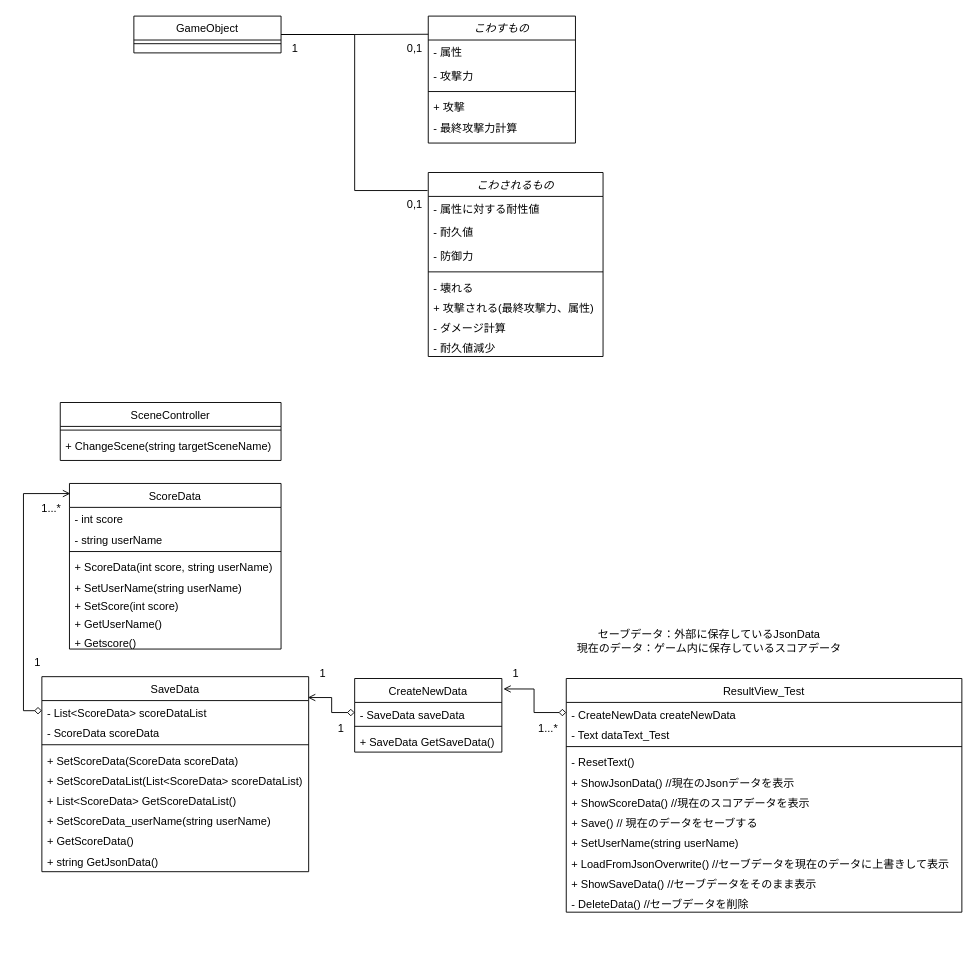
sobabouro/heyakowashi-game keeps this draw.io diagram as ClassDiagram/aramakifes2024.drawio. Above is the earlier version. Source tidied: cells renumbered, new cells numbered last; positions are measured from the earlier drawing's top-left corner, leaving out a move shared by most shapes. Both pictures are drawn from the tidied source at 92%, with x=0, y=0 at pixel (23, 16).
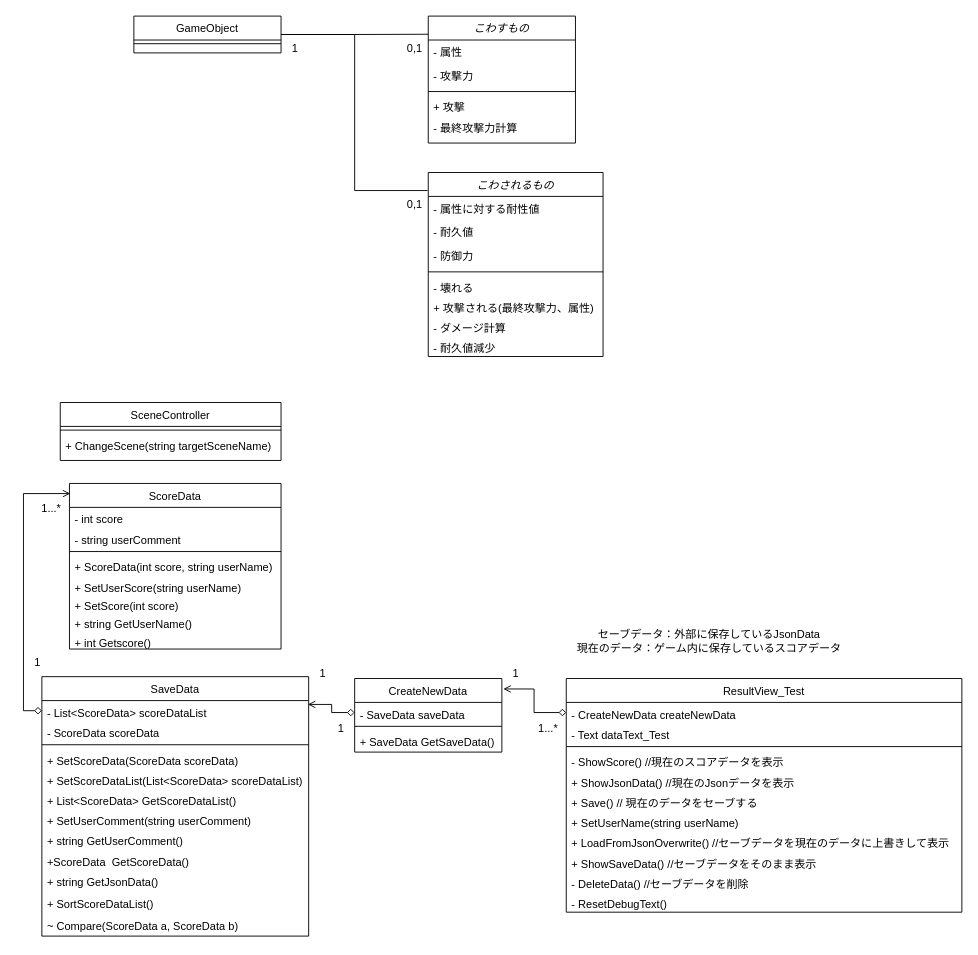
Above is the later version.

Unchanged cells that the change refers to:
```xml
<mxCell id="42" value="ScoreData" style="swimlane;fontStyle=0;align=center;verticalAlign=top;horizontal=1;startSize=26;rounded=0;shadow=0;strokeWidth=1;" parent="1" vertex="1">
  <mxGeometry x="50" y="508" width="230" height="180" as="geometry" />
</mxCell>
<mxCell id="52" value="ResultView_Test" style="swimlane;fontStyle=0;align=center;verticalAlign=top;horizontal=1;startSize=26;rounded=0;shadow=0;strokeWidth=1;" parent="1" vertex="1">
  <mxGeometry x="590" y="720" width="430" height="254" as="geometry" />
</mxCell>
```

The edit, as a diff of the source:
```diff
@@
     <mxCell id="20" value="SaveData" style="swimlane;fontStyle=0;align=center;verticalAlign=top;horizontal=1;startSize=26;rounded=0;shadow=0;strokeWidth=1;" parent="1" vertex="1">
-      <mxGeometry x="20" y="718" width="290" height="212" as="geometry" />
+      <mxGeometry x="20" y="718" width="290" height="282" as="geometry" />
     </mxCell>
@@
+    <mxCell id="72" value="+ SetUserComment(string userComment)" style="text;align=left;verticalAlign=top;spacingLeft=4;spacingRight=4;overflow=hidden;" parent="20" vertex="1">
+      <mxGeometry y="144" width="290" height="22" as="geometry" />
+    </mxCell>
-    <mxCell id="27" value="+ SetScoreData_userName(string userName)" style="text;align=left;verticalAlign=top;spacingLeft=4;spacingRight=4;overflow=hidden;" parent="20" vertex="1">
-      <mxGeometry y="144" width="290" height="22" as="geometry" />
+    <mxCell id="27" value="+ string GetUserComment()" style="text;align=left;verticalAlign=top;spacingLeft=4;spacingRight=4;overflow=hidden;" parent="20" vertex="1">
+      <mxGeometry y="166" width="290" height="22" as="geometry" />
     </mxCell>
-    <mxCell id="28" value="+ GetScoreData()" style="text;align=left;verticalAlign=top;spacingLeft=4;spacingRight=4;overflow=hidden;" parent="20" vertex="1">
-      <mxGeometry y="166" width="290" height="22" as="geometry" />
+    <mxCell id="28" value="+ScoreData  GetScoreData()" style="text;align=left;verticalAlign=top;spacingLeft=4;spacingRight=4;overflow=hidden;" parent="20" vertex="1">
+      <mxGeometry y="188" width="290" height="22" as="geometry" />
     </mxCell>
     <mxCell id="29" value="+ string GetJsonData()" style="text;align=left;verticalAlign=top;spacingLeft=4;spacingRight=4;overflow=hidden;" parent="20" vertex="1">
-      <mxGeometry y="188" width="290" height="24" as="geometry" />
+      <mxGeometry y="210" width="290" height="24" as="geometry" />
     </mxCell>
+    <mxCell id="73" value="+ SortScoreDataList()" style="text;align=left;verticalAlign=top;spacingLeft=4;spacingRight=4;overflow=hidden;" parent="20" vertex="1">
+      <mxGeometry y="234" width="290" height="24" as="geometry" />
+    </mxCell>
+    <mxCell id="74" value="~ Compare(ScoreData a, ScoreData b)" style="text;align=left;verticalAlign=top;spacingLeft=4;spacingRight=4;overflow=hidden;" parent="20" vertex="1">
+      <mxGeometry y="258" width="290" height="24" as="geometry" />
+    </mxCell>
@@
-    <mxCell id="44" value="- string userName" style="text;align=left;verticalAlign=top;spacingLeft=4;spacingRight=4;overflow=hidden;" parent="42" vertex="1">
+    <mxCell id="44" value="- string userComment" style="text;align=left;verticalAlign=top;spacingLeft=4;spacingRight=4;overflow=hidden;" parent="42" vertex="1">
       <mxGeometry y="48" width="230" height="22" as="geometry" />
     </mxCell>
@@
-    <mxCell id="47" value="+ SetUserName(string userName)" style="text;align=left;verticalAlign=top;spacingLeft=4;spacingRight=4;overflow=hidden;" parent="42" vertex="1">
+    <mxCell id="47" value="+ SetUserScore(string userName)" style="text;align=left;verticalAlign=top;spacingLeft=4;spacingRight=4;overflow=hidden;" parent="42" vertex="1">
       <mxGeometry y="100" width="230" height="20" as="geometry" />
     </mxCell>
@@
-    <mxCell id="49" value="+ GetUserName()" style="text;align=left;verticalAlign=top;spacingLeft=4;spacingRight=4;overflow=hidden;" parent="42" vertex="1">
+    <mxCell id="49" value="+ string GetUserName()" style="text;align=left;verticalAlign=top;spacingLeft=4;spacingRight=4;overflow=hidden;" parent="42" vertex="1">
       <mxGeometry y="140" width="230" height="20" as="geometry" />
     </mxCell>
-    <mxCell id="50" value="+ Getscore()" style="text;align=left;verticalAlign=top;spacingLeft=4;spacingRight=4;overflow=hidden;" parent="42" vertex="1">
+    <mxCell id="50" value="+ int Getscore()" style="text;align=left;verticalAlign=top;spacingLeft=4;spacingRight=4;overflow=hidden;" parent="42" vertex="1">
       <mxGeometry y="160" width="230" height="20" as="geometry" />
     </mxCell>
@@
-    <mxCell id="56" value="- ResetText()" style="text;align=left;verticalAlign=top;spacingLeft=4;spacingRight=4;overflow=hidden;" parent="52" vertex="1">
-      <mxGeometry y="78" width="430" height="22" as="geometry" />
-    </mxCell>
+    <mxCell id="58" value="- ShowScore() //現在のスコアデータを表示" style="text;align=left;verticalAlign=top;spacingLeft=4;spacingRight=4;overflow=hidden;" parent="52" vertex="1">
+      <mxGeometry y="78" width="430" height="22" as="geometry" />
+    </mxCell>
@@
-    <mxCell id="58" value="+ ShowScoreData() //現在のスコアデータを表示" style="text;align=left;verticalAlign=top;spacingLeft=4;spacingRight=4;overflow=hidden;" parent="52" vertex="1">
-      <mxGeometry y="122" width="430" height="22" as="geometry" />
-    </mxCell>
     <mxCell id="59" value="+ Save() // 現在のデータをセーブする" style="text;align=left;verticalAlign=top;spacingLeft=4;spacingRight=4;overflow=hidden;" parent="52" vertex="1">
-      <mxGeometry y="144" width="430" height="22" as="geometry" />
+      <mxGeometry y="122" width="430" height="22" as="geometry" />
     </mxCell>
     <mxCell id="60" value="+ SetUserName(string userName)" style="text;align=left;verticalAlign=top;spacingLeft=4;spacingRight=4;overflow=hidden;" parent="52" vertex="1">
-      <mxGeometry y="166" width="430" height="22" as="geometry" />
+      <mxGeometry y="144" width="430" height="22" as="geometry" />
     </mxCell>
     <mxCell id="61" value="+ LoadFromJsonOverwrite() //セーブデータを現在のデータに上書きして表示" style="text;align=left;verticalAlign=top;spacingLeft=4;spacingRight=4;overflow=hidden;" parent="52" vertex="1">
-      <mxGeometry y="188" width="430" height="22" as="geometry" />
+      <mxGeometry y="166" width="430" height="22" as="geometry" />
     </mxCell>
     <mxCell id="62" value="+ ShowSaveData() //セーブデータをそのまま表示" style="text;align=left;verticalAlign=top;spacingLeft=4;spacingRight=4;overflow=hidden;" parent="52" vertex="1">
-      <mxGeometry y="210" width="430" height="22" as="geometry" />
+      <mxGeometry y="188" width="430" height="22" as="geometry" />
     </mxCell>
     <mxCell id="63" value="- DeleteData() //セーブデータを削除" style="text;align=left;verticalAlign=top;spacingLeft=4;spacingRight=4;overflow=hidden;" parent="52" vertex="1">
-      <mxGeometry y="232" width="430" height="22" as="geometry" />
+      <mxGeometry y="210" width="430" height="22" as="geometry" />
     </mxCell>
+    <mxCell id="75" value="- ResetDebugText()" style="text;align=left;verticalAlign=top;spacingLeft=4;spacingRight=4;overflow=hidden;" parent="52" vertex="1">
+      <mxGeometry y="232" width="430" height="22" as="geometry" />
+    </mxCell>
```
